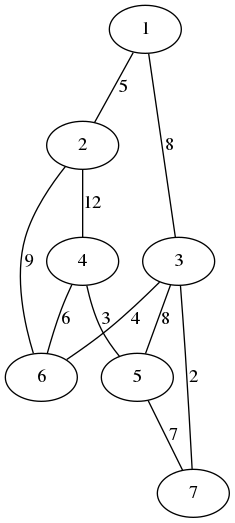
Before: 2ndCourse/tsd/8lab/graph.png, a diagram exported from Graphviz (SemikO123/bmstu). Its source is kept beside it as 2ndCourse/tsd/8lab/graph.gv.
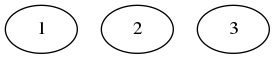
After the commit.

Change to the diagram source:
```diff
@@ -1,19 +1,5 @@
 graph G{
 1
-1 -- 2 [label=5]
-1 -- 3 [label=8]
 2
-2 -- 4 [label=12]
-2 -- 6 [label=9]
 3
-3 -- 5 [label=8]
-3 -- 6 [label=4]
-3 -- 7 [label=2]
-4
-4 -- 5 [label=3]
-4 -- 6 [label=6]
-5
-5 -- 7 [label=7]
-6
-7
 }
```
